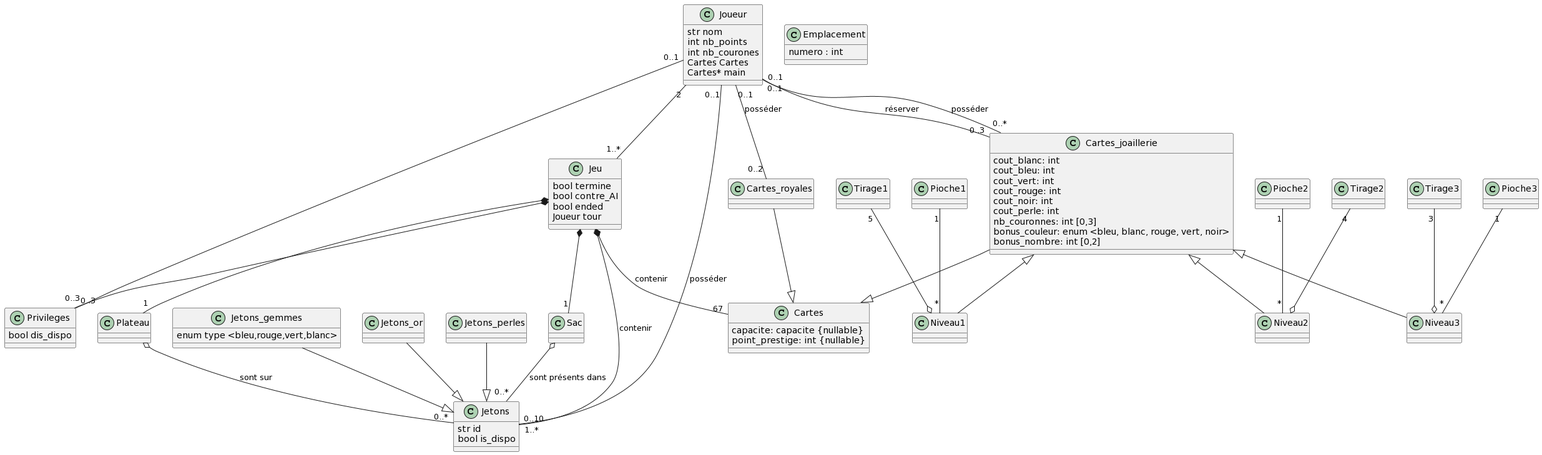
Above: UML.png in AubinVert/SplendorDuel (PlantUML), before the change. The source it was exported from:
```plantuml
@startuml
class Sac{
}


class Tirage1{
}
class Pioche1{}

class Tirage2{
}
class Tirage3{
}


class Plateau{

}

class Emplacement{
  numero : int
}

class Jetons{

  str id
  bool is_dispo

}

class Jetons_gemmes{
  enum type <bleu,rouge,vert,blanc>
}

class Jetons_or{


}

class Jetons_perles{

}


class Privileges{
  bool dis_dispo
}

class Cartes{
  capacite: capacite {nullable}
  point_prestige: int {nullable}
}

class Cartes_joaillerie{
  cout_blanc: int
  cout_bleu: int
  cout_vert: int
  cout_rouge: int
  cout_noir: int
  cout_perle: int
  nb_couronnes: int [0,3]
  bonus_couleur: enum <bleu, blanc, rouge, vert, noir>
  bonus_nombre: int [0,2]
}


class Niveau1{
}


class Niveau2{
}
class Niveau3{
}

class Cartes_royales{



}



class Joueur{
  str nom
  int nb_points
  int nb_courones
  Cartes Cartes
  Cartes* main
}



class Jeu{
  bool termine
  bool contre_AI
  bool ended
  Joueur tour

}


  Sac  o-- "0..*"Jetons : sont présents dans
  Plateau o-- "0..*" Jetons : sont sur

  Joueur "0..1" -- "0..3" Privileges
  Joueur "0..1" -- "0..3" Cartes_joaillerie : réserver
  Joueur "0..1" -- "0..*" Cartes_joaillerie : posséder
  Joueur "0..1" -- "0..10" Jetons : posséder
  Joueur "0..1" -- "0..2" Cartes_royales : posséder

  Pioche1 "1" -- "*" Niveau1
  Pioche2 "1" -- "*" Niveau2
  Pioche3 "1" -- "*" Niveau3



  Tirage1 "5" --o  Niveau1
  Tirage2 "4" --o  Niveau2
  Tirage3 "3"--o Niveau3


  Joueur "2"-- "1..*" Jeu
  Jeu *-- "1" Plateau
  Jeu *-- "1"Sac
  Jeu *-- "67" Cartes : contenir
  Jeu *-- "0..3" Privileges
  Jeu *-- "1..*" Jetons : contenir
  Cartes_joaillerie --^ Cartes
  Cartes_joaillerie ^-- Niveau1
  Cartes_joaillerie ^-- Niveau2
  Cartes_joaillerie ^-- Niveau3
  Cartes_royales --^ Cartes

  Jetons_or --^ Jetons
  Jetons_gemmes --^ Jetons
  Jetons_perles --^ Jetons
@enduml
```
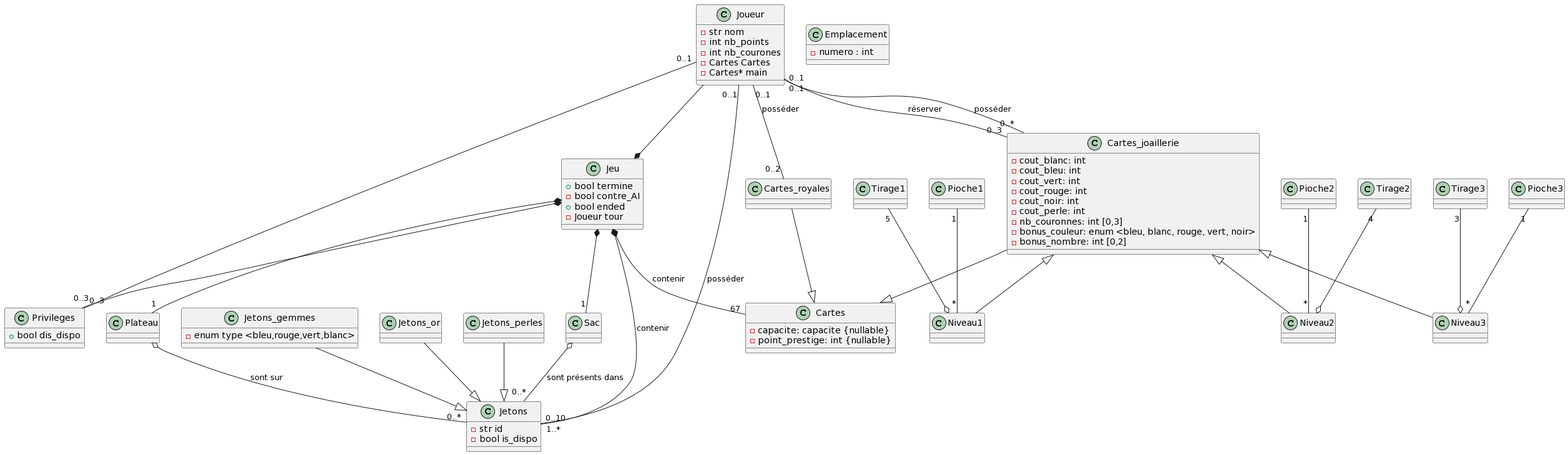
The same file after the commit.

Commit message:
modif UML

Diff of the diagram source:
```diff
@@ -18,18 +18,18 @@
 }
 
 class Emplacement{
-  numero : int
+  -numero : int
 }
 
 class Jetons{
 
-  str id
-  bool is_dispo
+  -str id
+  -bool is_dispo
 
 }
 
 class Jetons_gemmes{
-  enum type <bleu,rouge,vert,blanc>
+  -enum type <bleu,rouge,vert,blanc>
 }
 
 class Jetons_or{
@@ -43,24 +43,24 @@
 
 
 class Privileges{
-  bool dis_dispo
+  +bool dis_dispo
 }
 
 class Cartes{
-  capacite: capacite {nullable}
-  point_prestige: int {nullable}
+  -capacite: capacite {nullable}
+  -point_prestige: int {nullable}
 }
 
 class Cartes_joaillerie{
-  cout_blanc: int
-  cout_bleu: int
-  cout_vert: int
-  cout_rouge: int
-  cout_noir: int
-  cout_perle: int
-  nb_couronnes: int [0,3]
-  bonus_couleur: enum <bleu, blanc, rouge, vert, noir>
-  bonus_nombre: int [0,2]
+  -cout_blanc: int
+  -cout_bleu: int
+  -cout_vert: int
+  -cout_rouge: int
+  -cout_noir: int
+  -cout_perle: int
+  -nb_couronnes: int [0,3]
+  -bonus_couleur: enum <bleu, blanc, rouge, vert, noir>
+  -bonus_nombre: int [0,2]
 }
 
 
@@ -82,20 +82,20 @@
 
 
 class Joueur{
-  str nom
-  int nb_points
-  int nb_courones
-  Cartes Cartes
-  Cartes* main
+  -str nom
+  -int nb_points
+  -int nb_courones
+  -Cartes Cartes
+  -Cartes* main
 }
 
 
 
 class Jeu{
-  bool termine
-  bool contre_AI
-  bool ended
-  Joueur tour
+  +bool termine
+  -bool contre_AI
+  +bool ended
+  -Joueur tour
 
 }
 
@@ -120,7 +120,7 @@
   Tirage3 "3"--o Niveau3
 
 
-  Joueur "2"-- "1..*" Jeu
+  Joueur --* Jeu
   Jeu *-- "1" Plateau
   Jeu *-- "1"Sac
   Jeu *-- "67" Cartes : contenir
```
